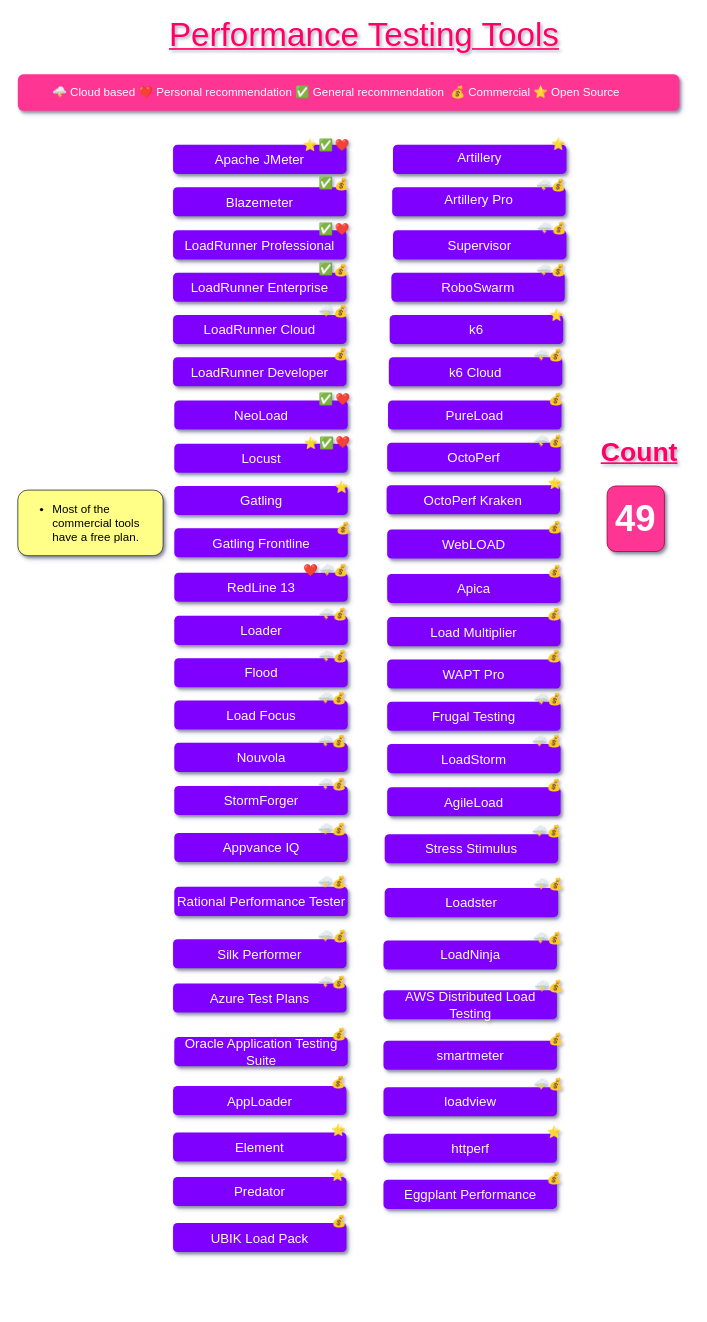
This is PerformanceTestingTools.drawio from QAInsights/Performance-Testing-Tools, a draw.io file, before an edit. Source tidied: cells renumbered, new cells numbered last; positions are measured from the earlier drawing's top-left corner, leaving out a move shared by most shapes. Both pictures are drawn from the tidied source at 83%, with x=0, y=0 at pixel (17, 26).
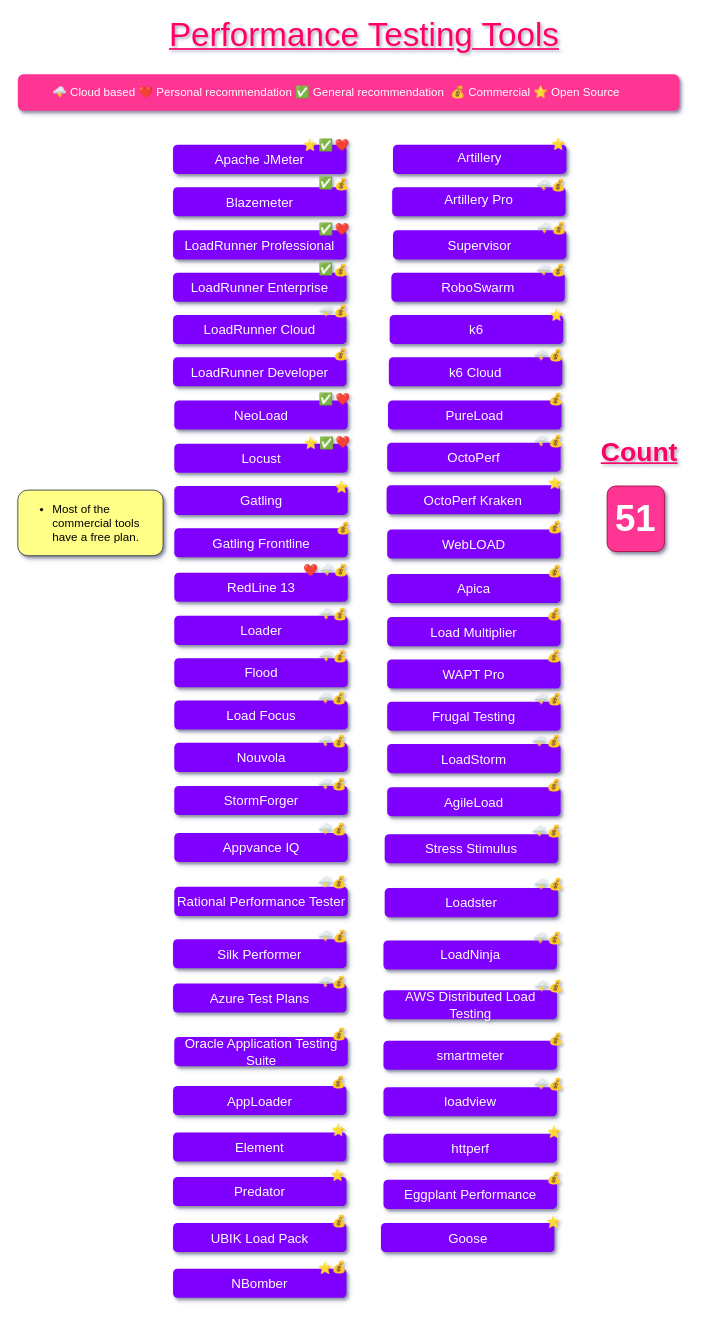
The same page after the edit.

Commit message (it also covers changes not shown here):
Add: Goose and NBomber

The edit, as a diff of the source:
```diff
@@
-    <mxCell id="159" value="&lt;div&gt;&lt;font style=&quot;font-size: 44px&quot;&gt;&lt;b&gt;49&lt;/b&gt;&lt;/font&gt;&lt;/div&gt;" style="rounded=1;whiteSpace=wrap;html=1;shadow=1;glass=0;labelBackgroundColor=none;sketch=0;fontFamily=Ubuntu;fontSize=14;align=center;spacingRight=0;strokeColor=#A50040;spacingTop=0;spacing=2;fontColor=#ffffff;fillColor=#FF3694;" parent="1" vertex="1">
+    <mxCell id="159" value="&lt;div&gt;&lt;font style=&quot;font-size: 44px&quot;&gt;&lt;b&gt;51&lt;/b&gt;&lt;/font&gt;&lt;/div&gt;" style="rounded=1;whiteSpace=wrap;html=1;shadow=1;glass=0;labelBackgroundColor=none;sketch=0;fontFamily=Ubuntu;fontSize=14;align=center;spacingRight=0;strokeColor=#A50040;spacingTop=0;spacing=2;fontColor=#ffffff;fillColor=#FF3694;" parent="1" vertex="1">
       <mxGeometry x="710" y="554" width="69" height="79" as="geometry" />
     </mxCell>
@@
+    <mxCell id="162" value="Goose" style="rounded=1;whiteSpace=wrap;html=1;shadow=1;glass=0;labelBackgroundColor=none;sketch=0;fontFamily=Ubuntu;fontSize=16;align=center;spacingRight=0;strokeColor=none;fontColor=#FFFFFF;fillColor=#7F00FF;" parent="1" vertex="1">
+      <mxGeometry x="437.5" y="1442" width="209" height="35" as="geometry" />
+    </mxCell>
+    <mxCell id="163" value="&lt;font style=&quot;font-size: 14px&quot;&gt;⭐&lt;/font&gt;" style="text;html=1;align=center;verticalAlign=middle;fontSize=16;fontFamily=Ubuntu;fontColor=#FFFFFF;" parent="1" vertex="1">
+      <mxGeometry x="630" y="1427.5" width="29" height="24" as="geometry" />
+    </mxCell>
+    <mxCell id="164" value="NBomber" style="rounded=1;whiteSpace=wrap;html=1;shadow=1;glass=0;labelBackgroundColor=none;sketch=0;fontFamily=Ubuntu;fontSize=16;align=center;spacingRight=0;strokeColor=none;fontColor=#FFFFFF;fillColor=#7F00FF;" parent="1" vertex="1">
+      <mxGeometry x="187" y="1497" width="209" height="35" as="geometry" />
+    </mxCell>
+    <mxCell id="165" value="&lt;span style=&quot;color: rgb(255 , 255 , 255) ; font-family: &amp;#34;ubuntu&amp;#34; ; font-size: 14px ; text-align: left&quot;&gt;💰&lt;/span&gt;" style="text;html=1;align=center;verticalAlign=middle;" parent="1" vertex="1">
+      <mxGeometry x="373.5" y="1485" width="26" height="19" as="geometry" />
+    </mxCell>
+    <mxCell id="166" value="&lt;font style=&quot;font-size: 14px&quot;&gt;⭐&lt;/font&gt;" style="text;html=1;align=center;verticalAlign=middle;fontSize=16;fontFamily=Ubuntu;fontColor=#FFFFFF;" parent="1" vertex="1">
+      <mxGeometry x="355.5" y="1482.5" width="29" height="24" as="geometry" />
+    </mxCell>
```
